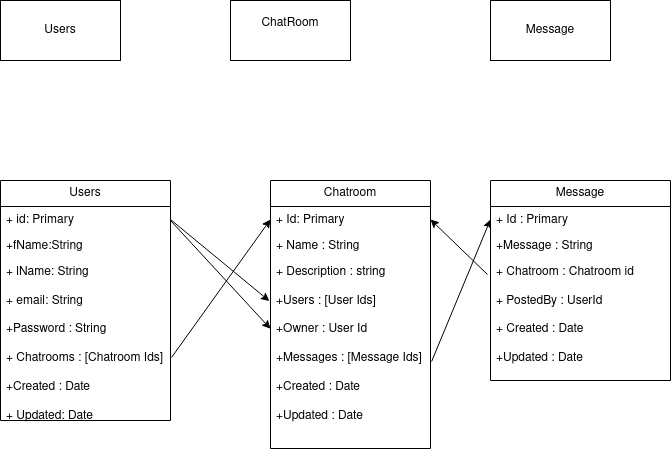
Hrishabh963/Chat_App_Schema_Design keeps this draw.io diagram as Chatroom_Schema.drawio.png. Above is the earlier version. Source tidied: cells renumbered, new cells last; positions are measured from the earlier drawing's top-left corner, leaving out a move shared by most shapes.
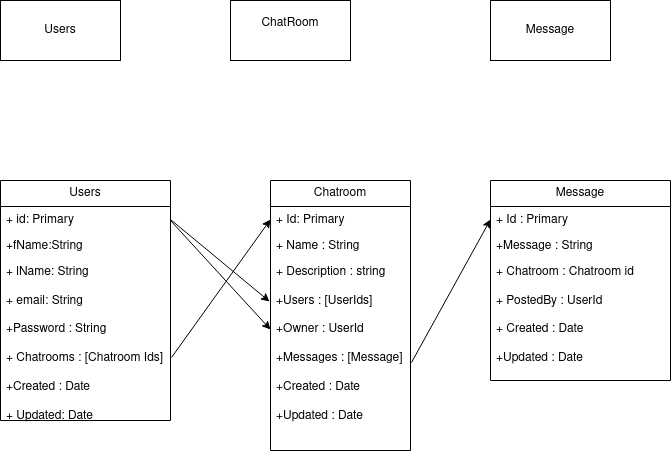
After the commit.

Diff of the diagram source:
```diff
@@ -24,16 +24,16 @@
       <mxGeometry y="78" width="170" height="162" as="geometry" />
     </mxCell>
     <mxCell id="9" value="Chatroom" style="swimlane;fontStyle=0;horizontal=1;startSize=26;fillColor=none;whiteSpace=wrap;html=1;" parent="1" vertex="1">
-      <mxGeometry x="270" y="180" width="160" height="268" as="geometry" />
+      <mxGeometry x="270" y="180" width="140" height="270" as="geometry" />
     </mxCell>
     <mxCell id="10" value="+ Id: Primary" style="text;strokeColor=none;fillColor=none;align=left;verticalAlign=top;spacingLeft=4;spacingRight=4;overflow=hidden;points=[[0,0.5],[1,0.5]];portConstraint=eastwest;whiteSpace=wrap;html=1;" parent="9" vertex="1">
-      <mxGeometry y="26" width="160" height="26" as="geometry" />
+      <mxGeometry y="26" width="140" height="26" as="geometry" />
     </mxCell>
     <mxCell id="11" value="+ Name : String" style="text;strokeColor=none;fillColor=none;align=left;verticalAlign=top;spacingLeft=4;spacingRight=4;overflow=hidden;whiteSpace=wrap;html=1;" parent="9" vertex="1">
-      <mxGeometry y="52" width="160" height="26" as="geometry" />
+      <mxGeometry y="52" width="140" height="26" as="geometry" />
     </mxCell>
-    <mxCell id="12" value="&lt;div&gt;+ Description : string&lt;/div&gt;&lt;div&gt;&lt;br&gt;&lt;/div&gt;&lt;div&gt;+Users : [User Ids]&lt;/div&gt;&lt;div&gt;&lt;br&gt;&lt;/div&gt;&lt;div&gt;+Owner : User Id&lt;/div&gt;&lt;div&gt;&lt;br&gt;&lt;/div&gt;&lt;div&gt;+Messages : [Message Ids]&lt;/div&gt;&lt;div&gt;&lt;br&gt;&lt;/div&gt;&lt;div&gt;+Created : Date&lt;/div&gt;&lt;div&gt;&lt;br&gt;&lt;/div&gt;&lt;div&gt;+Updated : Date&lt;/div&gt;" style="text;strokeColor=none;fillColor=none;align=left;verticalAlign=top;spacingLeft=4;spacingRight=4;overflow=hidden;points=[[0,0.5],[1,0.5]];portConstraint=eastwest;whiteSpace=wrap;html=1;" parent="9" vertex="1">
-      <mxGeometry y="78" width="160" height="190" as="geometry" />
+    <mxCell id="12" value="&lt;div&gt;+ Description : string&lt;/div&gt;&lt;div&gt;&lt;br&gt;&lt;/div&gt;&lt;div&gt;+Users : [UserIds]&lt;/div&gt;&lt;div&gt;&lt;br&gt;&lt;/div&gt;&lt;div&gt;+Owner : UserId&lt;/div&gt;&lt;div&gt;&lt;br&gt;&lt;/div&gt;&lt;div&gt;+Messages : [Message]&lt;/div&gt;&lt;div&gt;&lt;br&gt;&lt;/div&gt;&lt;div&gt;+Created : Date&lt;/div&gt;&lt;div&gt;&lt;br&gt;&lt;/div&gt;&lt;div&gt;+Updated : Date&lt;/div&gt;" style="text;strokeColor=none;fillColor=none;align=left;verticalAlign=top;spacingLeft=4;spacingRight=4;overflow=hidden;points=[[0,0.5],[1,0.5]];portConstraint=eastwest;whiteSpace=wrap;html=1;" parent="9" vertex="1">
+      <mxGeometry y="78" width="140" height="192" as="geometry" />
     </mxCell>
     <mxCell id="13" value="Message" style="swimlane;fontStyle=0;horizontal=1;startSize=26;fillColor=none;whiteSpace=wrap;html=1;" parent="1" vertex="1">
       <mxGeometry x="490" y="180" width="180" height="200" as="geometry" />
@@ -61,8 +61,5 @@
     <mxCell id="20" style="endArrow=classic;html=1;rounded=0;exitX=1.007;exitY=0.542;exitDx=0;exitDy=0;exitPerimeter=0;entryX=0;entryY=0.5;entryDx=0;entryDy=0;" parent="1" edge="1" source="12" target="14">
       <mxGeometry relative="1" as="geometry" />
     </mxCell>
-    <mxCell id="21" style="endArrow=classic;html=1;rounded=0;exitX=-0.017;exitY=0.131;exitDx=0;exitDy=0;exitPerimeter=0;entryX=1;entryY=0.5;entryDx=0;entryDy=0;" parent="1" edge="1" source="16" target="10">
-      <mxGeometry relative="1" as="geometry" />
-    </mxCell>
   </root>
 </mxGraphModel>
```
